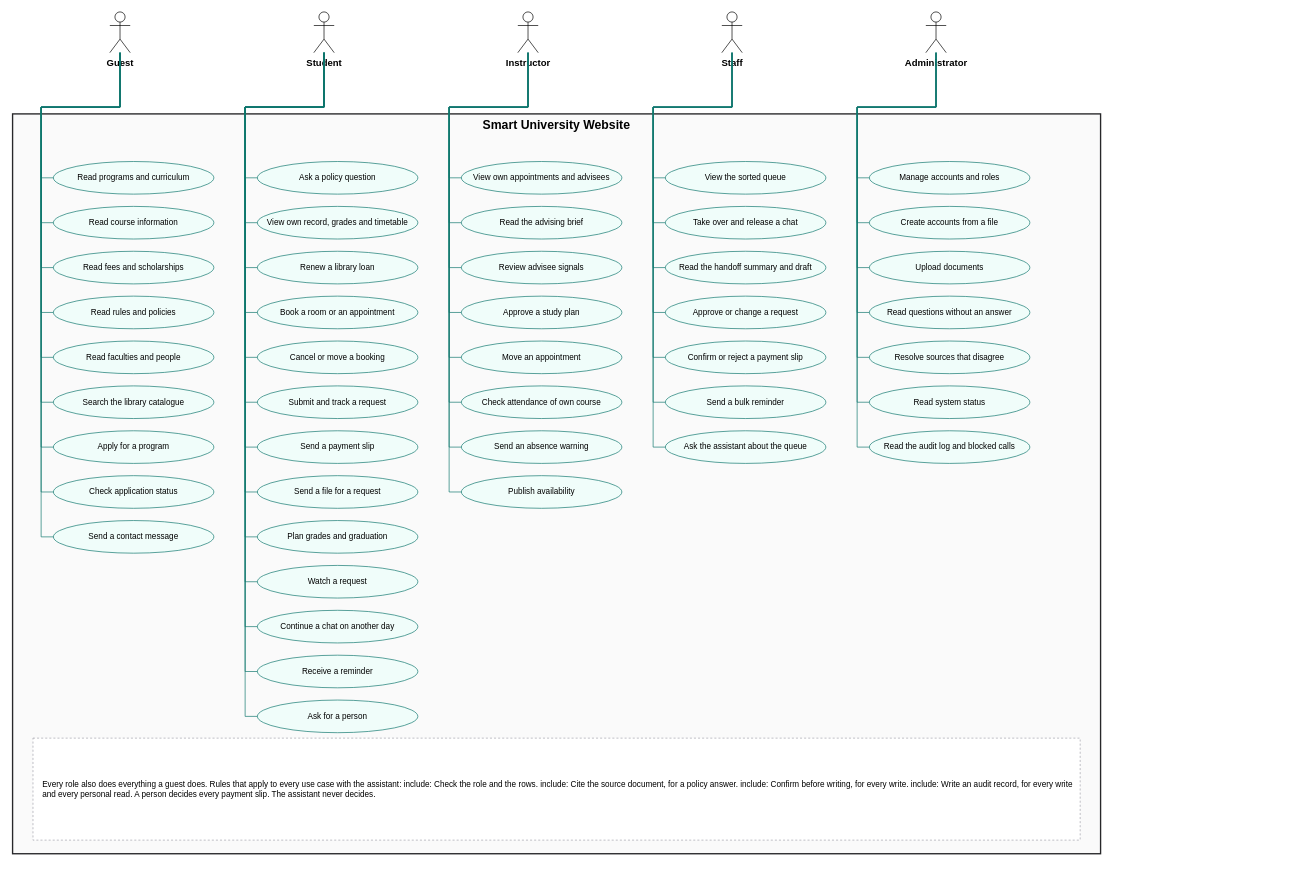
Above: design/diagrams/12_use_case.drawio in SaiWaiYanLynn/smart-university-website (draw.io), before the change. Source tidied: cells renumbered, new cells numbered last; positions are measured from the earlier drawing's top-left corner, leaving out a move shared by most shapes. Both pictures are drawn from the tidied source at 68%, with x=0, y=0 at pixel (12, 12).
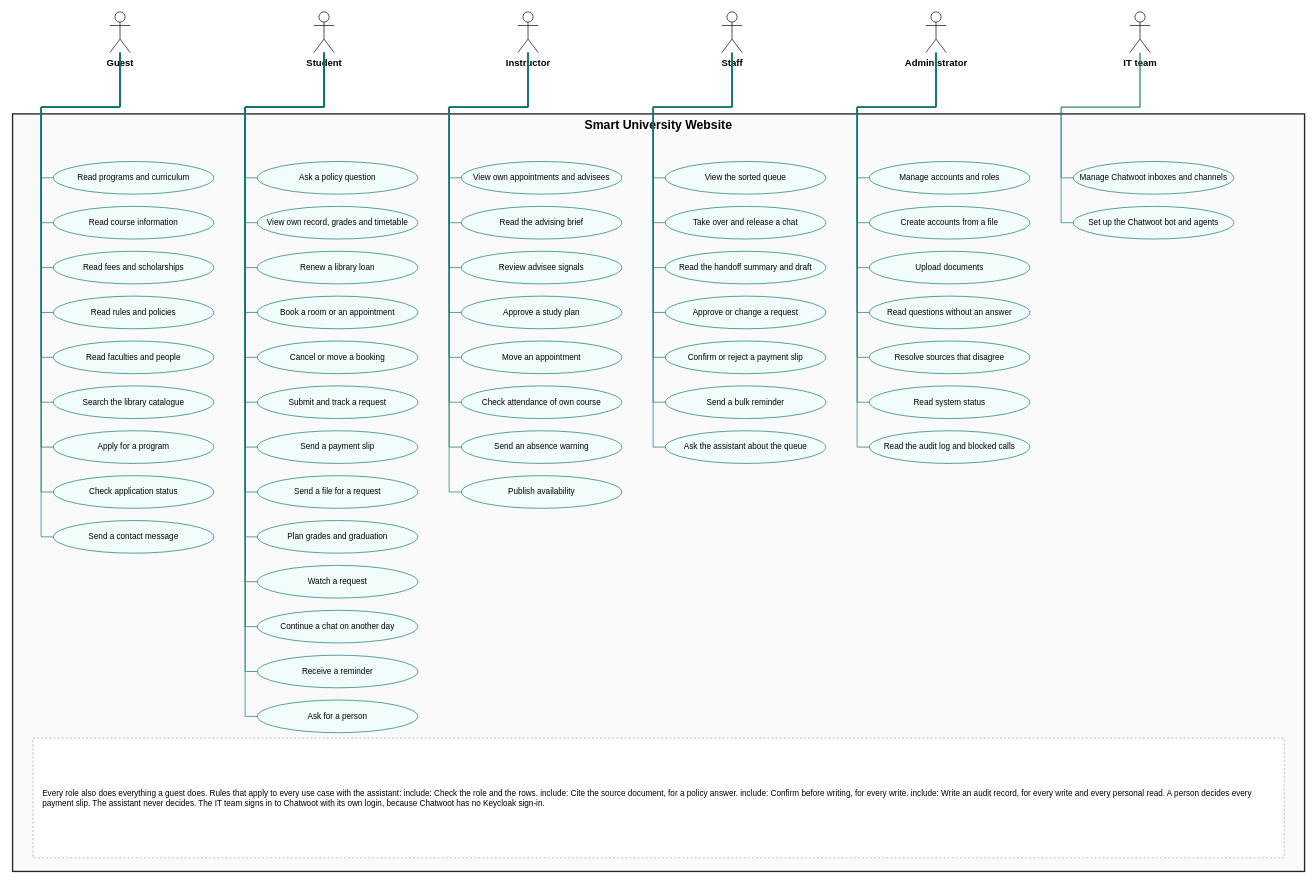
The same page after the edit.

What changed in the source:
```diff
@@
     <mxCell id="2" value="Smart University Website" style="rounded=0;whiteSpace=wrap;html=1;fillColor=#FAFAFA;strokeColor=#27272A;strokeWidth=2;verticalAlign=top;fontStyle=1;fontSize=18;" parent="1" vertex="1">
-      <mxGeometry y="150" width="1600" height="1088" as="geometry" />
+      <mxGeometry y="150" width="1900" height="1114" as="geometry" />
     </mxCell>
@@
-    <mxCell id="96" value="Every role also does everything a guest does. Rules that apply to every use case with the assistant: include: Check the role and the rows.   include: Cite the source document, for a policy answer. include: Confirm before writing, for every write.   include: Write an audit record, for every write and every personal read. A person decides every payment slip. The assistant never decides." style="rounded=0;whiteSpace=wrap;html=1;fillColor=#FFFFFF;strokeColor=#A1A1AA;dashed=1;align=left;spacingLeft=12;fontSize=12;" parent="1" vertex="1">
-      <mxGeometry x="30" y="1068" width="1540" height="150" as="geometry" />
+    <mxCell id="96" value="Every role also does everything a guest does. Rules that apply to every use case with the assistant: include: Check the role and the rows.   include: Cite the source document, for a policy answer. include: Confirm before writing, for every write.   include: Write an audit record, for every write and every personal read. A person decides every payment slip. The assistant never decides. The IT team signs in to Chatwoot with its own login, because Chatwoot has no Keycloak sign-in." style="rounded=0;whiteSpace=wrap;html=1;fillColor=#FFFFFF;strokeColor=#A1A1AA;dashed=1;align=left;spacingLeft=12;fontSize=12;" parent="1" vertex="1">
+      <mxGeometry x="30" y="1068" width="1840" height="176" as="geometry" />
     </mxCell>
+    <mxCell id="97" value="IT team" style="shape=umlActor;verticalLabelPosition=bottom;verticalAlign=top;html=1;outlineConnect=0;fontSize=14;fontStyle=1;" parent="1" vertex="1">
+      <mxGeometry x="1643" width="30" height="60" as="geometry" />
+    </mxCell>
+    <mxCell id="98" value="Manage Chatwoot inboxes and channels" style="ellipse;whiteSpace=wrap;html=1;fillColor=#F0FDFA;strokeColor=#0F766E;fontSize=12;" parent="1" vertex="1">
+      <mxGeometry x="1560" y="220" width="236" height="48" as="geometry" />
+    </mxCell>
+    <mxCell id="99" style="endArrow=none;html=1;strokeColor=#0F766E;edgeStyle=orthogonalEdgeStyle;rounded=0;" parent="1" edge="1" source="97" target="98">
+      <mxGeometry relative="1" as="geometry">
+        <Array as="points">
+          <mxPoint x="1658" y="140" />
+          <mxPoint x="1542" y="140" />
+          <mxPoint x="1542" y="244" />
+        </Array>
+      </mxGeometry>
+    </mxCell>
+    <mxCell id="100" value="Set up the Chatwoot bot and agents" style="ellipse;whiteSpace=wrap;html=1;fillColor=#F0FDFA;strokeColor=#0F766E;fontSize=12;" parent="1" vertex="1">
+      <mxGeometry x="1560" y="286" width="236" height="48" as="geometry" />
+    </mxCell>
+    <mxCell id="101" style="endArrow=none;html=1;strokeColor=#0F766E;edgeStyle=orthogonalEdgeStyle;rounded=0;" parent="1" edge="1" source="97" target="100">
+      <mxGeometry relative="1" as="geometry">
+        <Array as="points">
+          <mxPoint x="1658" y="140" />
+          <mxPoint x="1542" y="140" />
+          <mxPoint x="1542" y="310" />
+        </Array>
+      </mxGeometry>
+    </mxCell>
```
